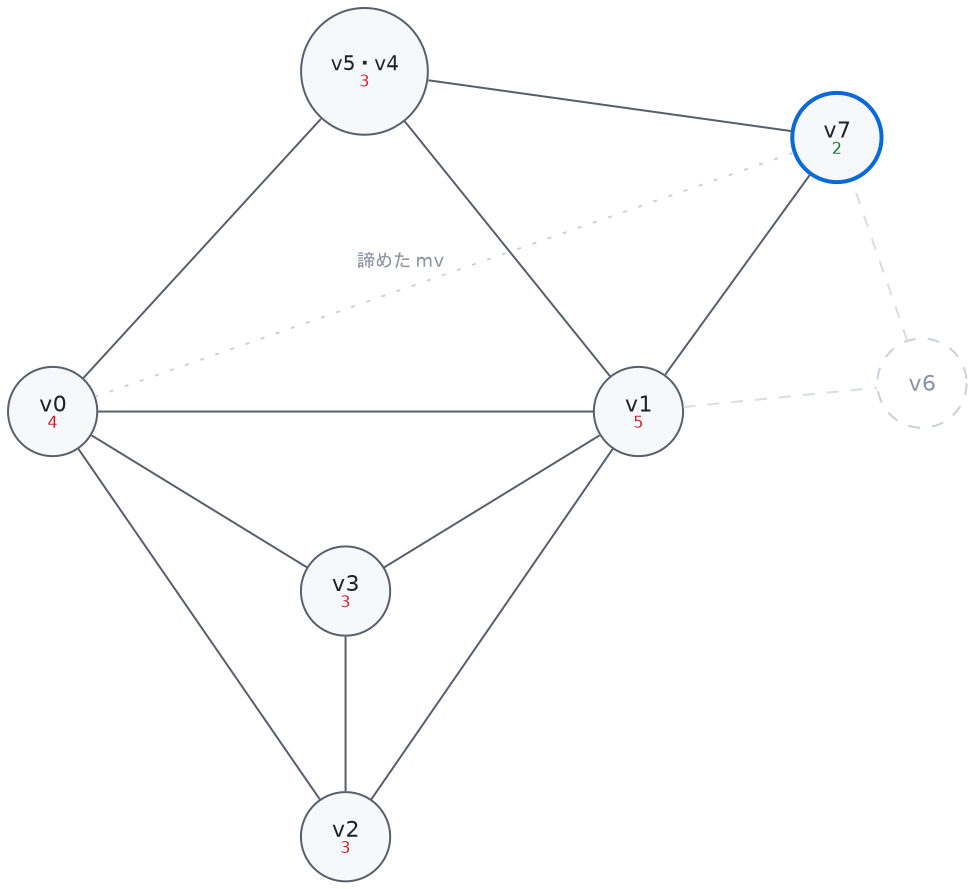
Before: Sable/compiler/doc/figures/wt-4-freeze.png, a diagram exported from Graphviz (aita/CompLab). Its source is kept beside it as Sable/compiler/doc/figures/wt-4-freeze.dot.
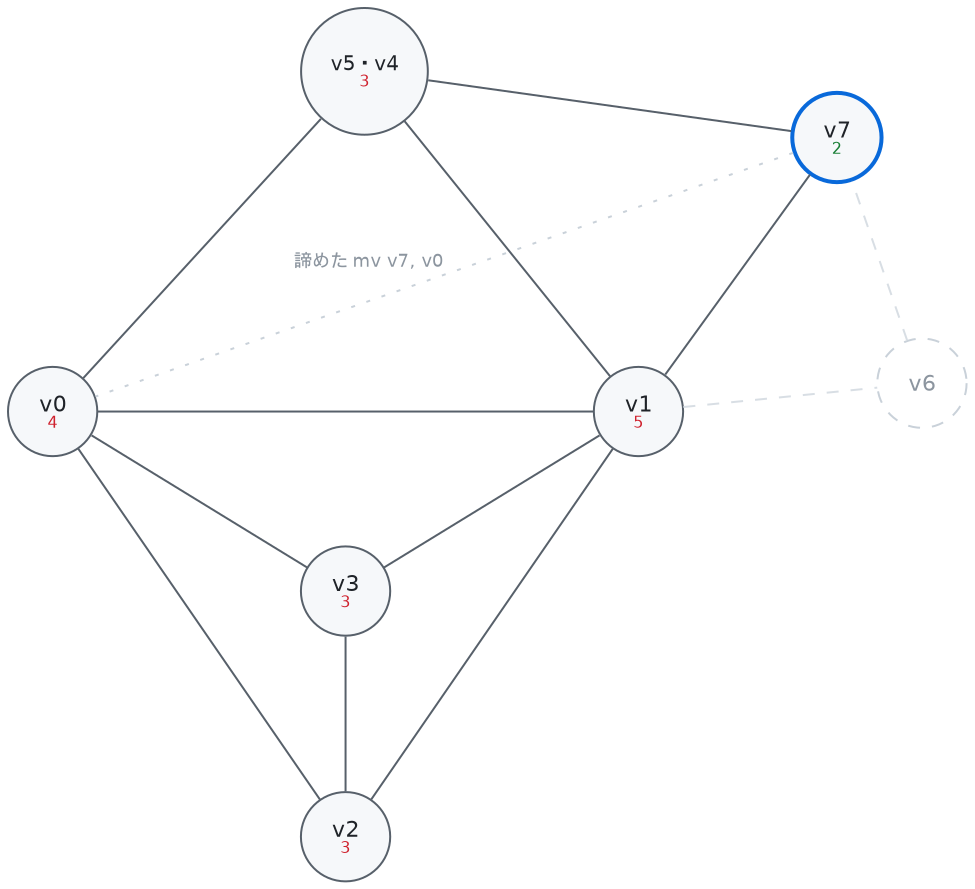
Later version of the same file.

Diff of the diagram source:
```diff
@@ -26,5 +26,5 @@
   v2 -- v3 [color = "#57606a"];
   v5 -- v7 [color = "#57606a"];
   v6 -- v7 [color = "#d8dee4", style = dashed];
-  v7 -- v0 [style = dotted, color = "#c9d1d9", label = "諦めた mv", fontcolor = "#8c959f"];
+  v7 -- v0 [style = dotted, color = "#c9d1d9", label = "諦めた mv v7, v0", fontcolor = "#8c959f"];
 }
```
